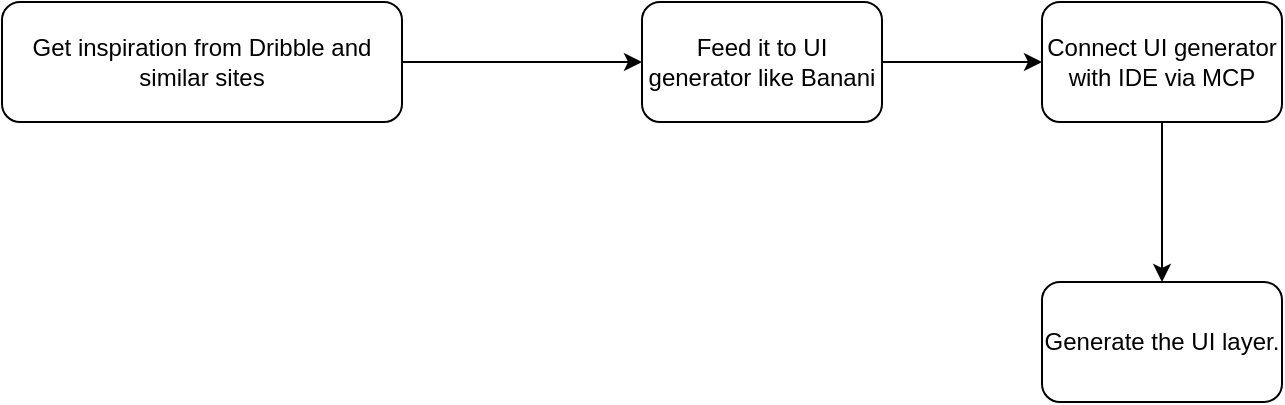
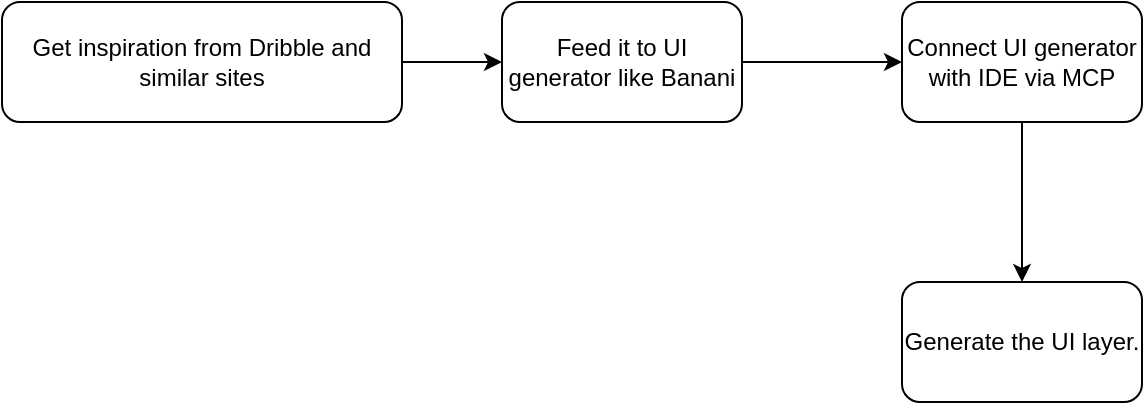
<mxfile host="app.diagrams.net" agent="Mozilla/5.0 (Macintosh; Intel Mac OS X 10.15; rv:148.0) Gecko/20100101 Firefox/148.0" pages="2">
  <diagram id="xfc_pkhUsen6Ezh46vnN" name="flow">
-     <mxGraphModel dx="726" dy="626" grid="1" gridSize="10" guides="1" tooltips="1" connect="1" arrows="1" fold="1" page="0" pageScale="1" pageWidth="402" pageHeight="874" math="0" shadow="0">
+     <mxGraphModel dx="607" dy="626" grid="1" gridSize="10" guides="1" tooltips="1" connect="1" arrows="1" fold="1" page="0" pageScale="1" pageWidth="402" pageHeight="874" math="0" shadow="0">
      <root>
        <mxCell id="0" />
        <mxCell id="1" parent="0" />
        <mxCell id="oKs-0R7jSXA_KWGLNjGW-3" edge="1" parent="1" source="oKs-0R7jSXA_KWGLNjGW-1" style="edgeStyle=orthogonalEdgeStyle;rounded=0;orthogonalLoop=1;jettySize=auto;html=1;" target="oKs-0R7jSXA_KWGLNjGW-2" value="">
          <mxGeometry relative="1" as="geometry" />
        </mxCell>
        <mxCell id="oKs-0R7jSXA_KWGLNjGW-1" parent="1" style="rounded=1;whiteSpace=wrap;html=1;" value="Get inspiration from Dribble and similar sites" vertex="1">
-           <mxGeometry height="60" width="200" x="80" y="40" as="geometry" />
+           <mxGeometry height="60" width="200" x="150" y="40" as="geometry" />
        </mxCell>
        <mxCell id="oKs-0R7jSXA_KWGLNjGW-5" edge="1" parent="1" source="oKs-0R7jSXA_KWGLNjGW-2" style="edgeStyle=orthogonalEdgeStyle;rounded=0;orthogonalLoop=1;jettySize=auto;html=1;" target="oKs-0R7jSXA_KWGLNjGW-4" value="">
          <mxGeometry relative="1" as="geometry" />
        </mxCell>
        <mxCell id="oKs-0R7jSXA_KWGLNjGW-2" parent="1" style="whiteSpace=wrap;html=1;rounded=1;" value="Feed it to UI generator like Banani" vertex="1">
          <mxGeometry height="60" width="120" x="400" y="40" as="geometry" />
        </mxCell>
        <mxCell id="oKs-0R7jSXA_KWGLNjGW-7" edge="1" parent="1" source="oKs-0R7jSXA_KWGLNjGW-4" style="edgeStyle=orthogonalEdgeStyle;rounded=0;orthogonalLoop=1;jettySize=auto;html=1;" target="oKs-0R7jSXA_KWGLNjGW-6" value="">
          <mxGeometry relative="1" as="geometry" />
        </mxCell>
        <mxCell id="oKs-0R7jSXA_KWGLNjGW-4" parent="1" style="whiteSpace=wrap;html=1;rounded=1;" value="Connect UI generator with IDE via MCP" vertex="1">
          <mxGeometry height="60" width="120" x="600" y="40" as="geometry" />
        </mxCell>
        <mxCell id="oKs-0R7jSXA_KWGLNjGW-6" parent="1" style="whiteSpace=wrap;html=1;rounded=1;" value="Generate the UI layer." vertex="1">
          <mxGeometry height="60" width="120" x="600" y="180" as="geometry" />
        </mxCell>
      </root>
    </mxGraphModel>
  </diagram>
  <diagram name="Page-1" id="a0K6ydJRpvlYdGSrwwLg">
    <mxGraphModel dx="1127" dy="772" grid="1" gridSize="10" guides="1" tooltips="1" connect="1" arrows="1" fold="1" page="0" pageScale="1" pageWidth="402" pageHeight="874" math="0" shadow="0">
      <root>
        <mxCell id="0" />
        <mxCell id="1" parent="0" />
        <mxCell id="iuEBVIoo4pjyFAU5QTh0-3" edge="1" parent="1" source="iuEBVIoo4pjyFAU5QTh0-1" style="edgeStyle=orthogonalEdgeStyle;rounded=0;orthogonalLoop=1;jettySize=auto;html=1;" target="iuEBVIoo4pjyFAU5QTh0-2" value="">
          <mxGeometry relative="1" as="geometry" />
        </mxCell>
        <mxCell id="iuEBVIoo4pjyFAU5QTh0-1" parent="1" style="rounded=1;whiteSpace=wrap;html=1;" value="AI&lt;br&gt;Artificial Intelligence" vertex="1">
          <mxGeometry height="60" width="120" x="140" y="370" as="geometry" />
        </mxCell>
        <mxCell id="iuEBVIoo4pjyFAU5QTh0-2" parent="1" style="rounded=1;whiteSpace=wrap;html=1;" value="" vertex="1">
          <mxGeometry height="180" width="400" x="290" y="160" as="geometry" />
        </mxCell>
        <mxCell id="iuEBVIoo4pjyFAU5QTh0-4" parent="1" style="rounded=1;whiteSpace=wrap;html=1;align=left;verticalAlign=top;spacing=12;" value="&lt;div&gt;DL&lt;/div&gt;&lt;div&gt;&lt;b&gt;Deep Learning, &lt;/b&gt;a&amp;nbsp;subset of ML&lt;/div&gt;&lt;div&gt;- neural networks i.e. layers of nodes or neurons, that process information by passing it from one layer to the next.&lt;/div&gt;" vertex="1">
          <mxGeometry height="100" width="380" x="300" y="230" as="geometry" />
        </mxCell>
        <mxCell id="7ujJaLgyB3FPEBS25mQC-1" parent="1" style="text;html=1;whiteSpace=wrap;strokeColor=none;fillColor=none;align=left;verticalAlign=middle;rounded=0;" value="&lt;div align=&quot;left&quot;&gt;ML&lt;br&gt;&lt;div&gt;Machine Learning, &lt;b&gt;learns by training on large datasets.&lt;/b&gt;&lt;/div&gt;&lt;/div&gt;" vertex="1">
          <mxGeometry height="40" width="370" x="300" y="170" as="geometry" />
        </mxCell>
        <mxCell id="7ujJaLgyB3FPEBS25mQC-2" parent="1" style="rounded=1;whiteSpace=wrap;html=1;fillColor=#fff2cc;strokeColor=#d6b656;align=left;dashed=1;dashPattern=8 8;spacing=12;fontStyle=3" value="&lt;div class=&quot;note mb-1 flex gap-1 font-semibold&quot;&gt;Training data is key for AI to learn. The more relevant examples it receives,&amp;nbsp; the better it becomes at understanding patterns and making accurate&amp;nbsp; predictions&lt;/div&gt;" vertex="1">
          <mxGeometry height="90" width="300" x="590" y="90" as="geometry" />
        </mxCell>
        <mxCell id="7ujJaLgyB3FPEBS25mQC-6" edge="1" parent="1" source="7ujJaLgyB3FPEBS25mQC-3" style="edgeStyle=orthogonalEdgeStyle;rounded=0;orthogonalLoop=1;jettySize=auto;html=1;" target="7ujJaLgyB3FPEBS25mQC-5" value="">
          <mxGeometry relative="1" as="geometry" />
        </mxCell>
        <mxCell id="7ujJaLgyB3FPEBS25mQC-3" parent="1" style="rounded=1;whiteSpace=wrap;html=1;" value="&lt;b&gt;Data collection&lt;/b&gt;&lt;br&gt;&lt;i&gt;images, text, audio, etc&lt;/i&gt;." vertex="1">
          <mxGeometry height="60" width="120" x="140" y="570" as="geometry" />
        </mxCell>
        <mxCell id="7ujJaLgyB3FPEBS25mQC-4" parent="1" style="text;html=1;whiteSpace=wrap;strokeColor=none;fillColor=none;align=center;verticalAlign=middle;rounded=0;fontStyle=1" value="AI learning process" vertex="1">
          <mxGeometry height="30" width="110" x="140" y="530" as="geometry" />
        </mxCell>
        <mxCell id="7ujJaLgyB3FPEBS25mQC-8" edge="1" parent="1" source="7ujJaLgyB3FPEBS25mQC-5" style="edgeStyle=orthogonalEdgeStyle;rounded=0;orthogonalLoop=1;jettySize=auto;html=1;" target="7ujJaLgyB3FPEBS25mQC-7" value="">
          <mxGeometry relative="1" as="geometry" />
        </mxCell>
        <mxCell id="7ujJaLgyB3FPEBS25mQC-5" parent="1" style="whiteSpace=wrap;html=1;rounded=1;" value="&lt;b&gt;Model training&lt;/b&gt;&lt;br&gt;&lt;i&gt;use algorithms to adjust the params&lt;/i&gt;" vertex="1">
          <mxGeometry height="60" width="120" x="340" y="570" as="geometry" />
        </mxCell>
        <mxCell id="7ujJaLgyB3FPEBS25mQC-10" edge="1" parent="1" source="7ujJaLgyB3FPEBS25mQC-7" style="edgeStyle=orthogonalEdgeStyle;rounded=0;orthogonalLoop=1;jettySize=auto;html=1;" target="7ujJaLgyB3FPEBS25mQC-9" value="">
          <mxGeometry relative="1" as="geometry" />
        </mxCell>
        <mxCell id="7ujJaLgyB3FPEBS25mQC-7" parent="1" style="whiteSpace=wrap;html=1;rounded=1;" value="&lt;b&gt;Evaluation and tuning&lt;/b&gt;&lt;br&gt;&lt;i&gt;testing and iteratively adjusting parameters as needed&lt;/i&gt;" vertex="1">
          <mxGeometry height="120" width="120" x="540" y="510" as="geometry" />
        </mxCell>
        <mxCell id="7ujJaLgyB3FPEBS25mQC-9" parent="1" style="whiteSpace=wrap;html=1;rounded=1;" value="Inference&lt;br&gt;&lt;i&gt;make prediction on new or unseen data&lt;/i&gt;" vertex="1">
          <mxGeometry height="60" width="120" x="740" y="570" as="geometry" />
        </mxCell>
        <mxCell id="7ujJaLgyB3FPEBS25mQC-11" parent="1" style="text;html=1;whiteSpace=wrap;strokeColor=none;fillColor=none;align=center;verticalAlign=middle;rounded=0;fontStyle=1" value="Generative AI" vertex="1">
          <mxGeometry height="30" width="110" x="140" y="680" as="geometry" />
        </mxCell>
        <mxCell id="7ujJaLgyB3FPEBS25mQC-12" parent="1" style="rounded=1;whiteSpace=wrap;html=1;fillColor=#fff2cc;strokeColor=#d6b656;align=left;spacing=12;dashed=1;dashPattern=8 8;" value="&lt;b&gt;What distinguishes Generative AI from ML, DL?&lt;/b&gt;&lt;br&gt;Generative AI goes beyond traditional machine learning. Instead of only analyzing data or recognizing patterns, generative AI systems also actively create new data that is similar to what they’ve learned from vast datasets, drawing from patterns within those data to produce something new." vertex="1">
          <mxGeometry height="110" width="390" x="140" y="710" as="geometry" />
        </mxCell>
        <mxCell id="7ujJaLgyB3FPEBS25mQC-13" parent="1" style="rounded=1;whiteSpace=wrap;html=1;fillColor=#fff2cc;strokeColor=#d6b656;align=left;spacing=12;dashed=1;dashPattern=8 8;" value="&lt;b&gt;Examples of generative AI:&amp;nbsp;&lt;/b&gt;&lt;br&gt;Chat GPT, DALL-E, GH CoPilot" vertex="1">
          <mxGeometry height="50" width="390" x="140" y="830" as="geometry" />
        </mxCell>
      </root>
    </mxGraphModel>
  </diagram>
</mxfile>
